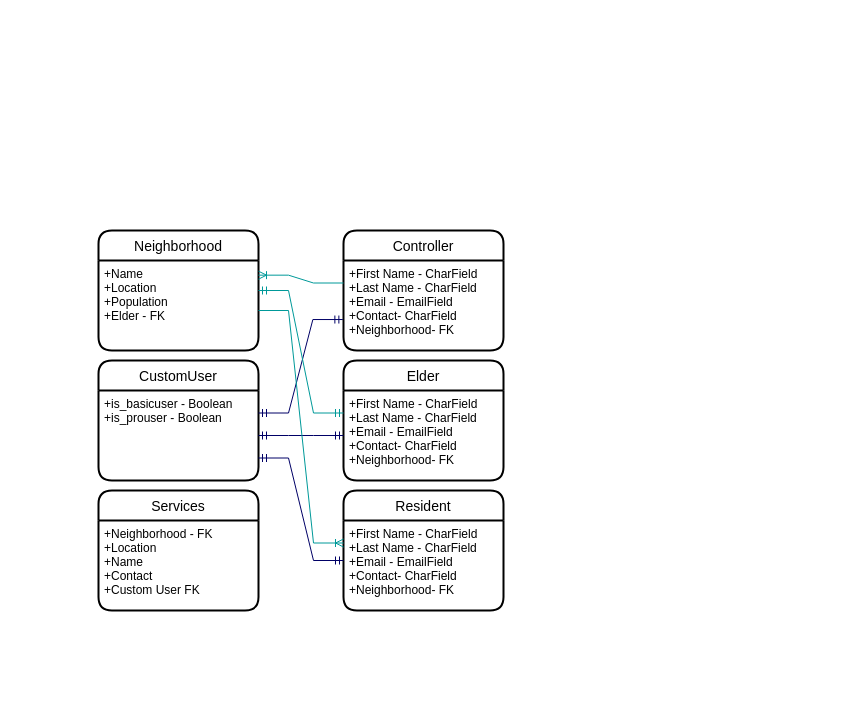
devmiano/nyumba keeps this draw.io diagram as Untitled Diagram.drawio. Above is the earlier version. Source tidied: cells renumbered, new cells numbered last; positions are measured from the earlier drawing's top-left corner, leaving out a move shared by most shapes. Both pictures are drawn from the tidied source at 100%, with x=0, y=0 at pixel (98, 230).
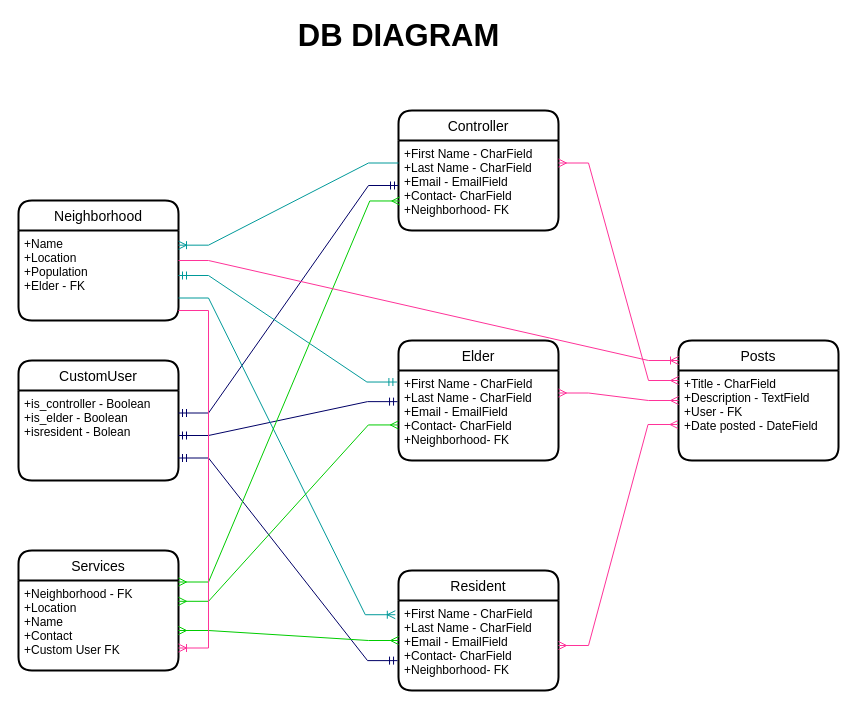
The same diagram, later.

The change refers to these unchanged cells:
```xml
<mxCell id="5" value="+First Name - CharField&#10;+Last Name - CharField&#10;+Email - EmailField&#10;+Contact- CharField&#10;+Neighborhood- FK" style="align=left;strokeColor=none;fillColor=none;spacingLeft=4;fontSize=12;verticalAlign=top;fontColor=#000000;" parent="4" vertex="1">
  <mxGeometry y="30" width="160" height="90" as="geometry" />
</mxCell>
<mxCell id="7" value="+First Name - CharField&#10;+Last Name - CharField&#10;+Email - EmailField&#10;+Contact- CharField&#10;+Neighborhood- FK" style="align=left;strokeColor=none;fillColor=none;spacingLeft=4;fontSize=12;verticalAlign=top;fontColor=#000000;" parent="6" vertex="1">
  <mxGeometry y="30" width="160" height="90" as="geometry" />
</mxCell>
<mxCell id="9" value="+First Name - CharField&#10;+Last Name - CharField&#10;+Email - EmailField&#10;+Contact- CharField&#10;+Neighborhood- FK" style="align=left;strokeColor=none;fillColor=none;spacingLeft=4;fontSize=12;verticalAlign=top;fontColor=#000000;" parent="8" vertex="1">
  <mxGeometry y="30" width="160" height="90" as="geometry" />
</mxCell>
<mxCell id="14" value="+Name&#10;+Location&#10;+Population&#10;+Elder - FK" style="align=left;strokeColor=none;fillColor=none;spacingLeft=4;fontSize=12;verticalAlign=top;fontColor=#000000;" parent="13" vertex="1">
  <mxGeometry y="30" width="160" height="90" as="geometry" />
</mxCell>
<mxCell id="16" value="+Neighborhood - FK&#10;+Location&#10;+Name&#10;+Contact&#10;+Custom User FK" style="align=left;strokeColor=none;fillColor=none;spacingLeft=4;fontSize=12;verticalAlign=top;fontColor=#000000;" parent="15" vertex="1">
  <mxGeometry y="30" width="160" height="90" as="geometry" />
</mxCell>
```

What changed in the source:
```diff
@@
     <mxCell id="2" value="CustomUser" style="swimlane;horizontal=1;startSize=30;rounded=1;fontSize=14;fontStyle=0;strokeWidth=2;shadow=0;dashed=0;align=center;" parent="1" vertex="1">
-      <mxGeometry y="130" width="160" height="120" as="geometry" />
+      <mxGeometry x="-80" y="130" width="160" height="120" as="geometry" />
     </mxCell>
-    <mxCell id="3" value="+is_basicuser - Boolean&#10;+is_prouser - Boolean" style="align=left;strokeColor=none;fillColor=none;spacingLeft=4;fontSize=12;verticalAlign=top;" parent="2" vertex="1">
+    <mxCell id="3" value="+is_controller - Boolean&#10;+is_elder - Boolean&#10;+isresident - Bolean" style="align=left;strokeColor=none;fillColor=none;spacingLeft=4;fontSize=12;verticalAlign=top;" parent="2" vertex="1">
       <mxGeometry y="30" width="160" height="90" as="geometry" />
     </mxCell>
     <mxCell id="4" value="Elder" style="swimlane;horizontal=1;startSize=30;rounded=1;fontSize=14;fontStyle=0;strokeWidth=2;shadow=0;dashed=0;align=center;fontColor=#000000;" parent="1" vertex="1">
-      <mxGeometry x="245" y="130" width="160" height="120" as="geometry" />
+      <mxGeometry x="300" y="110" width="160" height="120" as="geometry" />
     </mxCell>
@@
     <mxCell id="6" value="Resident" style="swimlane;horizontal=1;startSize=30;rounded=1;fontSize=14;fontStyle=0;strokeWidth=2;shadow=0;dashed=0;align=center;fontColor=#000000;" parent="1" vertex="1">
-      <mxGeometry x="245" y="260" width="160" height="120" as="geometry" />
+      <mxGeometry x="300" y="340" width="160" height="120" as="geometry" />
     </mxCell>
@@
     <mxCell id="8" value="Controller" style="swimlane;horizontal=1;startSize=30;rounded=1;fontSize=14;fontStyle=0;strokeWidth=2;shadow=0;dashed=0;align=center;fontColor=#000000;" parent="1" vertex="1">
-      <mxGeometry x="245" width="160" height="120" as="geometry" />
+      <mxGeometry x="300" y="-120" width="160" height="120" as="geometry" />
     </mxCell>
@@
-    <mxCell id="10" style="edgeStyle=entityRelationEdgeStyle;fontSize=12;html=1;endArrow=ERmandOne;startArrow=ERmandOne;rounded=0;fontColor=#000000;strokeColor=#000066;exitX=1;exitY=0.25;exitDx=0;exitDy=0;entryX=-0.004;entryY=0.656;entryDx=0;entryDy=0;entryPerimeter=0;" parent="1" edge="1" source="3" target="9">
+    <mxCell id="10" style="edgeStyle=entityRelationEdgeStyle;fontSize=12;html=1;endArrow=ERmandOne;startArrow=ERmandOne;rounded=0;fontColor=#000000;strokeColor=#000066;exitX=1;exitY=0.25;exitDx=0;exitDy=0;entryX=0;entryY=0.5;entryDx=0;entryDy=0;" parent="1" edge="1" source="3" target="9">
       <mxGeometry relative="1" as="geometry" />
     </mxCell>
-    <mxCell id="11" style="edgeStyle=entityRelationEdgeStyle;fontSize=12;html=1;endArrow=ERmandOne;startArrow=ERmandOne;rounded=0;fontColor=#000000;strokeColor=#000066;exitX=1;exitY=0.75;exitDx=0;exitDy=0;" parent="1" edge="1" source="3">
-      <mxGeometry relative="1" as="geometry">
-        <mxPoint x="245" y="330" as="targetPoint" />
-      </mxGeometry>
+    <mxCell id="11" style="edgeStyle=entityRelationEdgeStyle;fontSize=12;html=1;endArrow=ERmandOne;startArrow=ERmandOne;rounded=0;fontColor=#000000;strokeColor=#000066;exitX=1;exitY=0.75;exitDx=0;exitDy=0;entryX=-0.006;entryY=0.668;entryDx=0;entryDy=0;entryPerimeter=0;" parent="1" edge="1" source="3" target="7">
+      <mxGeometry relative="1" as="geometry" />
     </mxCell>
-    <mxCell id="12" style="edgeStyle=entityRelationEdgeStyle;fontSize=12;html=1;endArrow=ERmandOne;startArrow=ERmandOne;rounded=0;fontColor=#000000;strokeColor=#000066;entryX=0;entryY=0.5;entryDx=0;entryDy=0;exitX=1;exitY=0.5;exitDx=0;exitDy=0;" parent="1" edge="1" source="3" target="5">
+    <mxCell id="12" style="edgeStyle=entityRelationEdgeStyle;fontSize=12;html=1;endArrow=ERmandOne;startArrow=ERmandOne;rounded=0;fontColor=#000000;strokeColor=#000066;entryX=-0.006;entryY=0.346;entryDx=0;entryDy=0;exitX=1;exitY=0.5;exitDx=0;exitDy=0;entryPerimeter=0;" parent="1" edge="1" source="3" target="5">
       <mxGeometry relative="1" as="geometry" />
     </mxCell>
     <mxCell id="13" value="Neighborhood" style="swimlane;horizontal=1;startSize=30;rounded=1;fontSize=14;fontStyle=0;strokeWidth=2;shadow=0;dashed=0;align=center;fontColor=#000000;" parent="1" vertex="1">
-      <mxGeometry width="160" height="120" as="geometry" />
+      <mxGeometry x="-80" y="-30" width="160" height="120" as="geometry" />
     </mxCell>
@@
     <mxCell id="15" value="Services" style="swimlane;horizontal=1;startSize=30;rounded=1;fontSize=14;fontStyle=0;strokeWidth=2;shadow=0;dashed=0;align=center;fontColor=#000000;" parent="1" vertex="1">
-      <mxGeometry y="260" width="160" height="120" as="geometry" />
+      <mxGeometry x="-80" y="320" width="160" height="120" as="geometry" />
     </mxCell>
@@
-    <mxCell id="17" style="edgeStyle=entityRelationEdgeStyle;fontSize=12;html=1;endArrow=ERmandOne;startArrow=ERmandOne;rounded=0;fontColor=#000000;strokeColor=#009999;entryX=0;entryY=0.25;entryDx=0;entryDy=0;" parent="1" edge="1" target="5">
-      <mxGeometry relative="1" as="geometry">
-        <mxPoint x="160" y="60" as="sourcePoint" />
-      </mxGeometry>
+    <mxCell id="17" style="edgeStyle=entityRelationEdgeStyle;fontSize=12;html=1;endArrow=ERmandOne;startArrow=ERmandOne;rounded=0;fontColor=#000000;strokeColor=#009999;entryX=-0.01;entryY=0.128;entryDx=0;entryDy=0;exitX=1;exitY=0.5;exitDx=0;exitDy=0;entryPerimeter=0;" parent="1" edge="1" source="14" target="5">
+      <mxGeometry relative="1" as="geometry" />
     </mxCell>
@@
-    <mxCell id="19" style="edgeStyle=entityRelationEdgeStyle;fontSize=12;html=1;endArrow=ERoneToMany;rounded=0;fontColor=#000000;strokeColor=#009999;entryX=0;entryY=0.25;entryDx=0;entryDy=0;" parent="1" edge="1" target="7">
-      <mxGeometry relative="1" as="geometry">
-        <mxPoint x="160" y="80" as="sourcePoint" />
-      </mxGeometry>
+    <mxCell id="19" style="edgeStyle=entityRelationEdgeStyle;fontSize=12;html=1;endArrow=ERoneToMany;rounded=0;fontColor=#000000;strokeColor=#009999;exitX=1;exitY=0.75;exitDx=0;exitDy=0;entryX=-0.02;entryY=0.158;entryDx=0;entryDy=0;entryPerimeter=0;" parent="1" edge="1" source="14" target="7">
+      <mxGeometry relative="1" as="geometry" />
     </mxCell>
+    <mxCell id="20" style="edgeStyle=entityRelationEdgeStyle;fontSize=12;html=1;endArrow=ERmany;startArrow=ERmany;rounded=0;fontColor=#000000;strokeColor=#00CC00;" parent="1" edge="1">
+      <mxGeometry relative="1" as="geometry">
+        <mxPoint x="80" y="400" as="sourcePoint" />
+        <mxPoint x="300" y="410" as="targetPoint" />
+      </mxGeometry>
+    </mxCell>
+    <mxCell id="21" style="edgeStyle=entityRelationEdgeStyle;fontSize=12;html=1;endArrow=ERmany;startArrow=ERmany;rounded=0;fontColor=#000000;strokeColor=#00CC00;entryX=-0.001;entryY=0.605;entryDx=0;entryDy=0;entryPerimeter=0;" parent="1" edge="1" target="5">
+      <mxGeometry relative="1" as="geometry">
+        <mxPoint x="80" y="370.8" as="sourcePoint" />
+      </mxGeometry>
+    </mxCell>
+    <mxCell id="22" style="edgeStyle=entityRelationEdgeStyle;fontSize=12;html=1;endArrow=ERmany;startArrow=ERmany;rounded=0;fontColor=#000000;strokeColor=#00CC00;entryX=0.008;entryY=0.672;entryDx=0;entryDy=0;entryPerimeter=0;" parent="1" edge="1" target="9">
+      <mxGeometry relative="1" as="geometry">
+        <mxPoint x="80" y="351.5" as="sourcePoint" />
+      </mxGeometry>
+    </mxCell>
+    <mxCell id="23" style="edgeStyle=entityRelationEdgeStyle;fontSize=12;html=1;endArrow=ERoneToMany;rounded=0;fontColor=#000000;strokeColor=#FF3399;entryX=1;entryY=0.75;entryDx=0;entryDy=0;" parent="1" edge="1" target="16">
+      <mxGeometry relative="1" as="geometry">
+        <mxPoint x="80" y="80" as="sourcePoint" />
+      </mxGeometry>
+    </mxCell>
+    <mxCell id="24" value="Posts" style="swimlane;horizontal=1;startSize=30;rounded=1;fontSize=14;fontStyle=0;strokeWidth=2;shadow=0;dashed=0;align=center;fontColor=#000000;" parent="1" vertex="1">
+      <mxGeometry x="580" y="110" width="160" height="120" as="geometry" />
+    </mxCell>
+    <mxCell id="25" value="+Title - CharField&#10;+Description - TextField&#10;+User - FK&#10;+Date posted - DateField" style="align=left;strokeColor=none;fillColor=none;spacingLeft=4;fontSize=12;verticalAlign=top;fontColor=#000000;" parent="24" vertex="1">
+      <mxGeometry y="30" width="160" height="90" as="geometry" />
+    </mxCell>
+    <mxCell id="26" style="edgeStyle=entityRelationEdgeStyle;fontSize=12;html=1;endArrow=ERmany;startArrow=ERmany;rounded=0;fontColor=#000000;strokeColor=#FF3399;exitX=1;exitY=0.5;exitDx=0;exitDy=0;entryX=-0.003;entryY=0.6;entryDx=0;entryDy=0;entryPerimeter=0;" parent="1" edge="1" source="7" target="25">
+      <mxGeometry relative="1" as="geometry" />
+    </mxCell>
+    <mxCell id="27" style="edgeStyle=entityRelationEdgeStyle;fontSize=12;html=1;endArrow=ERmany;startArrow=ERmany;rounded=0;fontColor=#000000;strokeColor=#FF3399;exitX=1;exitY=0.25;exitDx=0;exitDy=0;" parent="1" edge="1" source="5">
+      <mxGeometry relative="1" as="geometry">
+        <mxPoint x="580" y="170" as="targetPoint" />
+      </mxGeometry>
+    </mxCell>
+    <mxCell id="28" style="edgeStyle=entityRelationEdgeStyle;fontSize=12;html=1;endArrow=ERmany;startArrow=ERmany;rounded=0;fontColor=#000000;strokeColor=#FF3399;exitX=1;exitY=0.25;exitDx=0;exitDy=0;" parent="1" edge="1" source="9">
+      <mxGeometry relative="1" as="geometry">
+        <mxPoint x="580" y="150" as="targetPoint" />
+      </mxGeometry>
+    </mxCell>
+    <mxCell id="29" style="edgeStyle=entityRelationEdgeStyle;fontSize=12;html=1;endArrow=ERoneToMany;rounded=0;fontColor=#000000;strokeColor=#FF3399;" parent="1" edge="1">
+      <mxGeometry relative="1" as="geometry">
+        <mxPoint x="80" y="30" as="sourcePoint" />
+        <mxPoint x="580" y="130" as="targetPoint" />
+      </mxGeometry>
+    </mxCell>
+    <mxCell id="30" value="&lt;b&gt;&lt;font style=&quot;font-size: 31px;&quot;&gt;DB DIAGRAM&lt;/font&gt;&lt;/b&gt;" style="text;html=1;align=center;verticalAlign=middle;fillColor=none;strokeColor=none;rounded=0;fontColor=#000000;" parent="1" vertex="1">
+      <mxGeometry x="190" y="-210" width="220" height="30" as="geometry" />
+    </mxCell>
```
